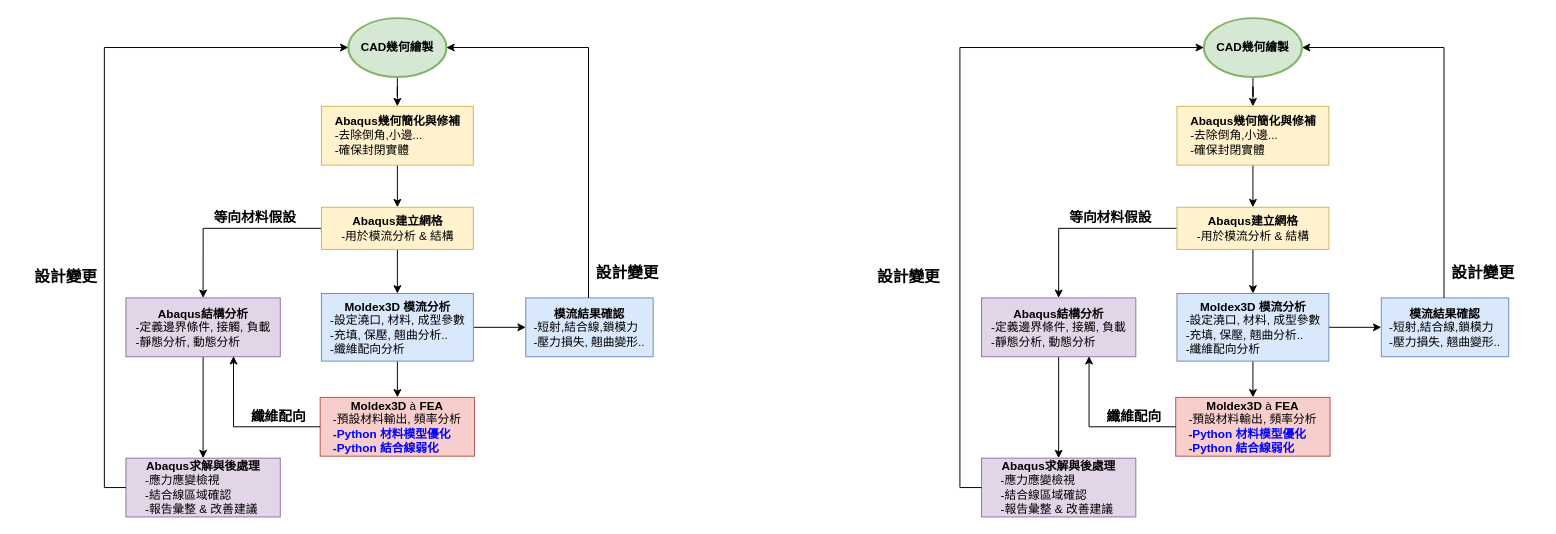
TerryChan726/draw_io keeps this draw.io diagram as Moldex3D_abaqus.drawio. Above is the earlier version. Source tidied: cells renumbered, new cells numbered last; positions are measured from the earlier drawing's top-left corner, leaving out a move shared by most shapes. Both pictures are drawn from the tidied source at 98%, with x=0, y=0 at pixel (17, 18).
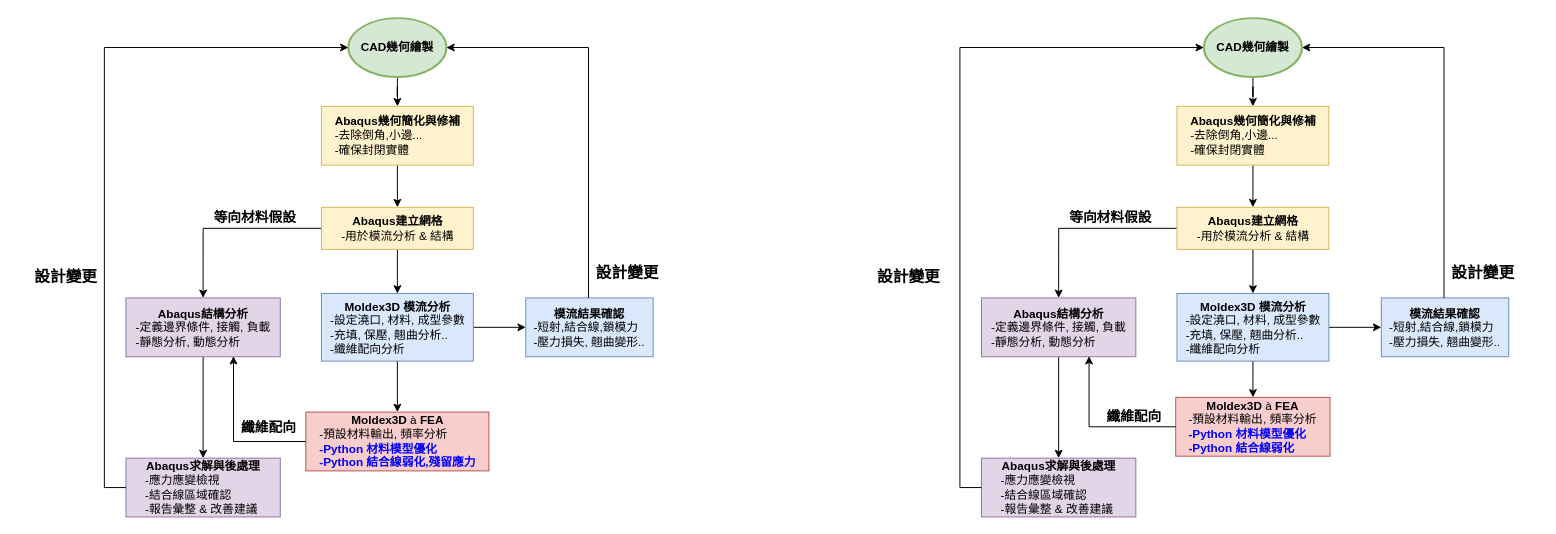
The same diagram, later.

The edit, as a diff of the source:
```diff
@@
-    <mxCell id="12" value="&lt;div style=&quot;&quot;&gt;&lt;span style=&quot;background-color: transparent; color: light-dark(rgb(0, 0, 0), rgb(255, 255, 255));&quot;&gt;&lt;b&gt;Moldex3D&amp;nbsp;&lt;/b&gt;&lt;/span&gt;&lt;span style=&quot;font-family: Wingdings; background-color: transparent; color: light-dark(rgb(0, 0, 0), rgb(255, 255, 255));&quot;&gt;&lt;font&gt;à&lt;/font&gt;&lt;/span&gt;&lt;b style=&quot;background-color: transparent; color: light-dark(rgb(0, 0, 0), rgb(255, 255, 255));&quot;&gt;&amp;nbsp;FEA&lt;/b&gt;&lt;/div&gt;&lt;div style=&quot;text-align: left;&quot;&gt;-預設材料輸出, 頻率分析&lt;/div&gt;&lt;div style=&quot;text-align: left;&quot;&gt;&lt;span style=&quot;background-color: transparent;&quot;&gt;&lt;font style=&quot;color: rgb(0, 0, 255);&quot;&gt;&lt;b&gt;-Python 材料模型優化&lt;/b&gt;&lt;/font&gt;&lt;/span&gt;&lt;/div&gt;&lt;div style=&quot;text-align: left;&quot;&gt;&lt;font style=&quot;color: rgb(0, 0, 255);&quot;&gt;&lt;b&gt;-Python 結合線弱化&lt;/b&gt;&lt;/font&gt;&lt;/div&gt;" style="rounded=0;whiteSpace=wrap;html=1;align=center;fillColor=#f8cecc;strokeColor=#b85450;" parent="1" vertex="1">
-      <mxGeometry x="309.2" y="387" width="157.5" height="60" as="geometry" />
+    <mxCell id="12" value="&lt;div style=&quot;&quot;&gt;&lt;span style=&quot;background-color: transparent; color: light-dark(rgb(0, 0, 0), rgb(255, 255, 255));&quot;&gt;&lt;b&gt;Moldex3D&amp;nbsp;&lt;/b&gt;&lt;/span&gt;&lt;span style=&quot;font-family: Wingdings; background-color: transparent; color: light-dark(rgb(0, 0, 0), rgb(255, 255, 255));&quot;&gt;&lt;font&gt;à&lt;/font&gt;&lt;/span&gt;&lt;b style=&quot;background-color: transparent; color: light-dark(rgb(0, 0, 0), rgb(255, 255, 255));&quot;&gt;&amp;nbsp;FEA&lt;/b&gt;&lt;/div&gt;&lt;div style=&quot;text-align: left;&quot;&gt;-預設材料輸出, 頻率分析&lt;/div&gt;&lt;div style=&quot;text-align: left;&quot;&gt;&lt;span style=&quot;background-color: transparent;&quot;&gt;&lt;font style=&quot;color: rgb(0, 0, 255);&quot;&gt;&lt;b&gt;-Python 材料模型優化&lt;/b&gt;&lt;/font&gt;&lt;/span&gt;&lt;/div&gt;&lt;div style=&quot;text-align: left;&quot;&gt;&lt;font style=&quot;color: rgb(0, 0, 255);&quot;&gt;&lt;b&gt;-Python 結合線弱化,殘留應力&lt;/b&gt;&lt;/font&gt;&lt;/div&gt;" style="rounded=0;whiteSpace=wrap;html=1;align=center;fillColor=#f8cecc;strokeColor=#b85450;" parent="1" vertex="1">
+      <mxGeometry x="294.6" y="402" width="186.8" height="60" as="geometry" />
     </mxCell>
@@
     <mxCell id="23" value="&lt;b&gt;&lt;font style=&quot;font-size: 14px;&quot;&gt;纖維配向&lt;/font&gt;&lt;/b&gt;" style="text;html=1;align=center;verticalAlign=middle;whiteSpace=wrap;rounded=0;fontSize=16;" parent="1" vertex="1">
-      <mxGeometry x="209" y="387" width="116" height="37" as="geometry" />
+      <mxGeometry x="199" y="398.5" width="116" height="37" as="geometry" />
     </mxCell>
```
